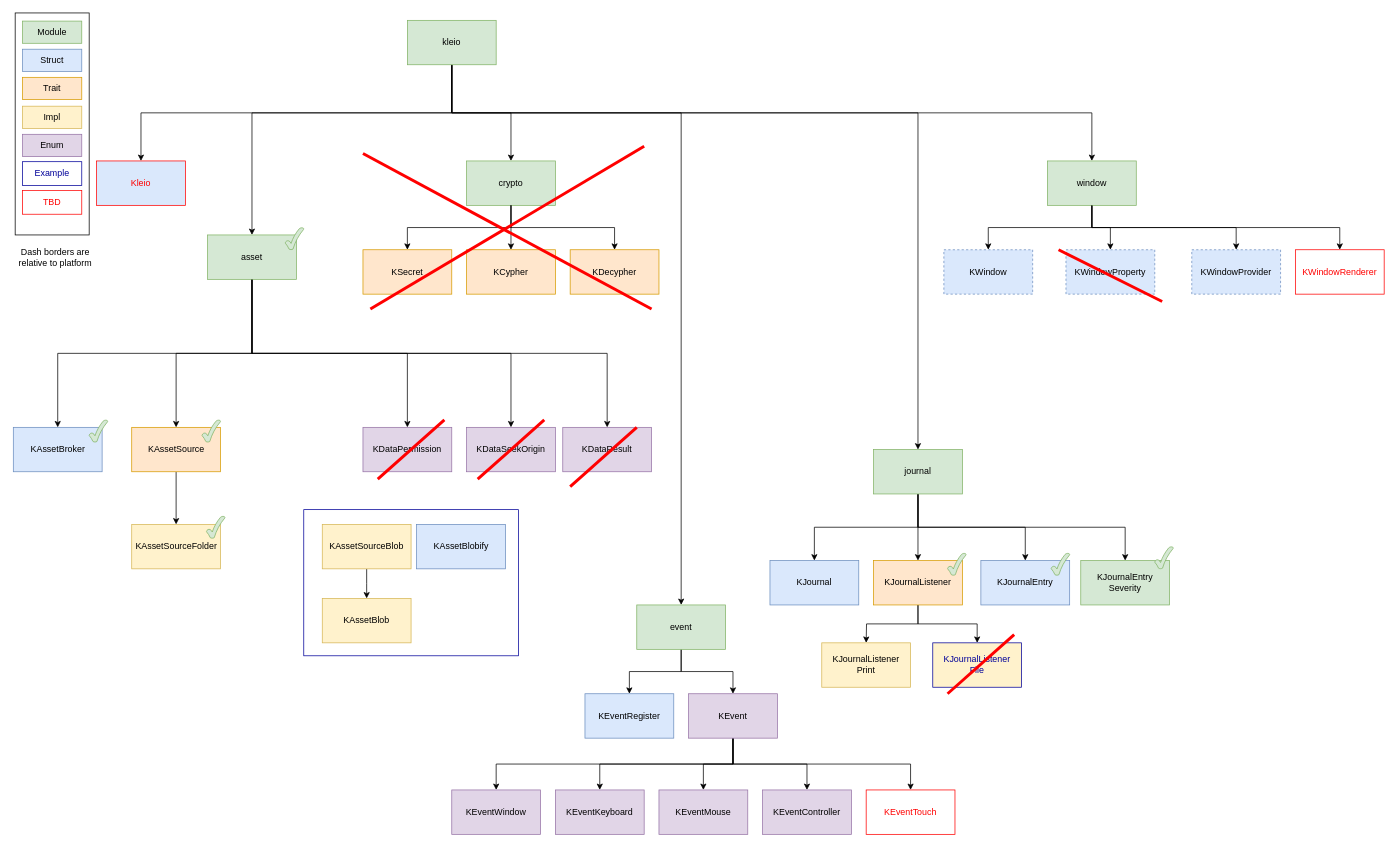
NickelAngeStudio/kleio keeps this draw.io diagram as diagram/kleio.drawio. Above is the earlier version. Source tidied: cells renumbered, new cells numbered last; positions are measured from the earlier drawing's top-left corner, leaving out a move shared by most shapes. Both pictures are drawn from the tidied source at 74%, with x=0, y=0 at pixel (13, 13).
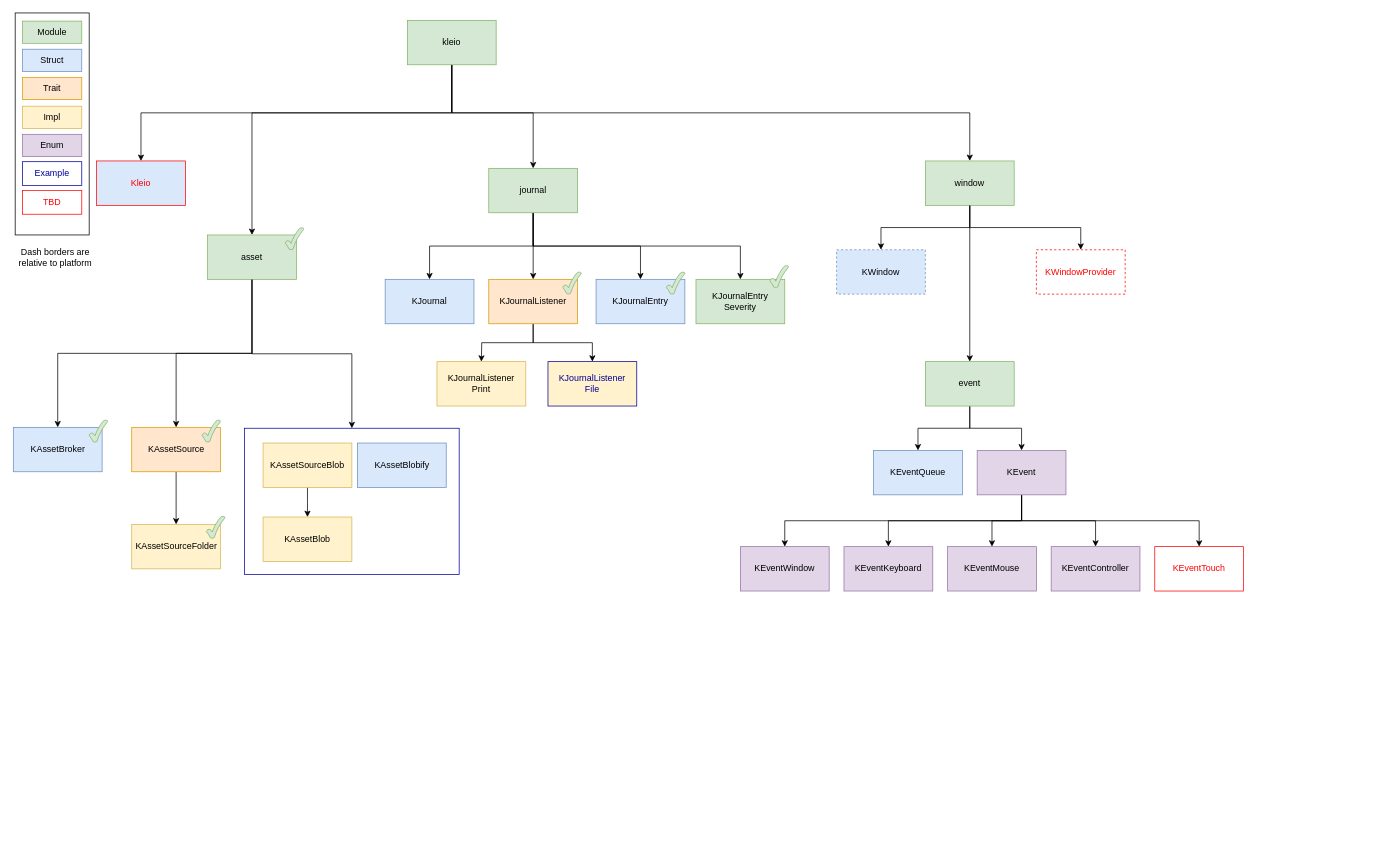
The same page after the edit.

The change refers to these unchanged cells:
```xml
<mxCell id="16" value="kleio" style="rounded=0;whiteSpace=wrap;html=1;fillColor=#d5e8d4;strokeColor=#82b366;" parent="1" vertex="1">
  <mxGeometry x="532" y="10" width="120" height="60" as="geometry" />
</mxCell>
<mxCell id="41" value="asset" style="rounded=0;whiteSpace=wrap;html=1;fillColor=#d5e8d4;strokeColor=#82b366;" parent="1" vertex="1">
  <mxGeometry x="262" y="300" width="120" height="60" as="geometry" />
</mxCell>
```

The edit, as a diff of the source:
```diff
@@
     <mxCell id="2" style="rounded=0;whiteSpace=wrap;html=1;strokeColor=#000099;" parent="1" vertex="1">
-      <mxGeometry x="392" y="671.2" width="290" height="197.5" as="geometry" />
+      <mxGeometry x="312" y="561.2" width="290" height="197.5" as="geometry" />
     </mxCell>
@@
     <mxCell id="8" value="KEvent" style="rounded=0;whiteSpace=wrap;html=1;fillColor=#e1d5e7;strokeColor=#9673a6;" parent="1" vertex="1">
-      <mxGeometry x="912" y="920" width="120" height="60" as="geometry" />
+      <mxGeometry x="1302" y="591.2" width="120" height="60" as="geometry" />
     </mxCell>
@@
-    <mxCell id="12" style="edgeStyle=orthogonalEdgeStyle;rounded=0;jettySize=auto;html=1;exitX=0.5;exitY=1;exitDx=0;exitDy=0;entryX=0.5;entryY=0;entryDx=0;entryDy=0;" parent="1" edge="1" source="16" target="21">
-      <mxGeometry relative="1" as="geometry">
-        <Array as="points">
-          <mxPoint x="592" y="135" />
-          <mxPoint x="672" y="135" />
-        </Array>
-      </mxGeometry>
-    </mxCell>
-    <mxCell id="13" style="edgeStyle=orthogonalEdgeStyle;rounded=0;jettySize=auto;html=1;exitX=0.5;exitY=1;exitDx=0;exitDy=0;" parent="1" edge="1" source="16" target="19">
-      <mxGeometry relative="1" as="geometry">
-        <Array as="points">
-          <mxPoint x="592" y="135" />
-          <mxPoint x="902" y="135" />
-        </Array>
-      </mxGeometry>
-    </mxCell>
     <mxCell id="14" style="edgeStyle=orthogonalEdgeStyle;rounded=0;jettySize=auto;html=1;exitX=0.5;exitY=1;exitDx=0;exitDy=0;entryX=0.5;entryY=0;entryDx=0;entryDy=0;" parent="1" edge="1" source="16" target="57">
       <mxGeometry relative="1" as="geometry">
         <Array as="points">
           <mxPoint x="592" y="135" />
-          <mxPoint x="1222" y="135" />
-          <mxPoint x="1222" y="590" />
+          <mxPoint x="702" y="135" />
         </Array>
       </mxGeometry>
     </mxCell>
@@
     <mxCell id="19" value="event" style="rounded=0;whiteSpace=wrap;html=1;fillColor=#d5e8d4;strokeColor=#82b366;" parent="1" vertex="1">
-      <mxGeometry x="842" y="800" width="120" height="60" as="geometry" />
+      <mxGeometry x="1232" y="471.2" width="120" height="60" as="geometry" />
     </mxCell>
-    <mxCell id="20" style="group;" parent="1" vertex="1">
-      <mxGeometry x="472" y="200" width="400" height="180" as="geometry" />
-    </mxCell>
-    <mxCell id="21" value="crypto" style="rounded=0;whiteSpace=wrap;html=1;fillColor=#d5e8d4;strokeColor=#82b366;" parent="20" vertex="1">
-      <mxGeometry x="140" width="120" height="60" as="geometry" />
-    </mxCell>
-    <mxCell id="22" value="KSecret" style="rounded=0;whiteSpace=wrap;html=1;fillColor=#ffe6cc;strokeColor=#d79b00;" parent="20" vertex="1">
-      <mxGeometry y="120" width="120" height="60" as="geometry" />
-    </mxCell>
-    <mxCell id="23" style="edgeStyle=orthogonalEdgeStyle;rounded=0;jettySize=auto;html=1;exitX=0.5;exitY=1;exitDx=0;exitDy=0;entryX=0.5;entryY=0;entryDx=0;entryDy=0;" parent="20" edge="1" source="21" target="22">
-      <mxGeometry relative="1" as="geometry" />
-    </mxCell>
-    <mxCell id="24" value="KCypher" style="rounded=0;whiteSpace=wrap;html=1;fillColor=#ffe6cc;strokeColor=#d79b00;" parent="20" vertex="1">
-      <mxGeometry x="140" y="120" width="120" height="60" as="geometry" />
-    </mxCell>
-    <mxCell id="25" style="edgeStyle=orthogonalEdgeStyle;rounded=0;jettySize=auto;html=1;exitX=0.5;exitY=1;exitDx=0;exitDy=0;entryX=0.5;entryY=0;entryDx=0;entryDy=0;" parent="20" edge="1" source="21" target="24">
-      <mxGeometry relative="1" as="geometry" />
-    </mxCell>
-    <mxCell id="26" value="KDecypher" style="rounded=0;whiteSpace=wrap;html=1;fillColor=#ffe6cc;strokeColor=#d79b00;" parent="20" vertex="1">
-      <mxGeometry x="280" y="120" width="120" height="60" as="geometry" />
-    </mxCell>
-    <mxCell id="27" style="edgeStyle=orthogonalEdgeStyle;rounded=0;jettySize=auto;html=1;exitX=0.5;exitY=1;exitDx=0;exitDy=0;" parent="20" edge="1" source="21" target="26">
-      <mxGeometry relative="1" as="geometry" />
-    </mxCell>
     <mxCell id="28" value="KWindow" style="rounded=0;whiteSpace=wrap;html=1;fillColor=#dae8fc;strokeColor=#6c8ebf;dashed=1;" parent="1" vertex="1">
-      <mxGeometry x="1257" y="320" width="120" height="60" as="geometry" />
+      <mxGeometry x="1112" y="320" width="120" height="60" as="geometry" />
     </mxCell>
     <mxCell id="29" style="edgeStyle=orthogonalEdgeStyle;rounded=0;jettySize=auto;html=1;exitX=0.5;exitY=1;exitDx=0;exitDy=0;entryX=0.5;entryY=0;entryDx=0;entryDy=0;" parent="1" edge="1" source="31" target="28">
-      <mxGeometry x="1275" y="220" as="geometry" />
+      <mxGeometry x="1065" y="220" as="geometry" />
     </mxCell>
-    <mxCell id="30" style="edgeStyle=orthogonalEdgeStyle;rounded=0;jettySize=auto;html=1;exitX=0.5;exitY=1;exitDx=0;exitDy=0;" parent="1" edge="1" source="31" target="36">
-      <mxGeometry relative="1" as="geometry" />
-    </mxCell>
+    <mxCell id="97" style="edgeStyle=orthogonalEdgeStyle;rounded=0;jettySize=auto;html=1;exitX=0.5;exitY=1;exitDx=0;exitDy=0;entryX=0.5;entryY=0;entryDx=0;entryDy=0;fontColor=#FF0000;" parent="1" edge="1" source="31" target="19">
+      <mxGeometry relative="1" as="geometry" />
+    </mxCell>
     <mxCell id="31" value="window" style="rounded=0;whiteSpace=wrap;html=1;fillColor=#d5e8d4;strokeColor=#82b366;" parent="1" vertex="1">
-      <mxGeometry x="1397" y="200" width="120" height="60" as="geometry" />
+      <mxGeometry x="1232" y="200" width="120" height="60" as="geometry" />
     </mxCell>
-    <mxCell id="32" value="KWindowProvider" style="rounded=0;whiteSpace=wrap;html=1;fillColor=#dae8fc;strokeColor=#6c8ebf;dashed=1;" parent="1" vertex="1">
-      <mxGeometry x="1592" y="320" width="120" height="60" as="geometry" />
+    <mxCell id="32" value="KWindowProvider" style="rounded=0;whiteSpace=wrap;html=1;dashed=1;strokeColor=#FF0000;fontColor=#FF0000;fillColor=#FFFFFF;" parent="1" vertex="1">
+      <mxGeometry x="1382" y="320" width="120" height="60" as="geometry" />
     </mxCell>
-    <mxCell id="33" value="KWindowRenderer" style="rounded=0;whiteSpace=wrap;html=1;fontColor=#FF0000;labelBorderColor=none;strokeColor=#FF0000;" parent="1" vertex="1">
-      <mxGeometry x="1732" y="320" width="120" height="60" as="geometry" />
-    </mxCell>
     <mxCell id="34" style="edgeStyle=orthogonalEdgeStyle;rounded=0;jettySize=auto;html=1;exitX=0.5;exitY=1;exitDx=0;exitDy=0;entryX=0.5;entryY=0;entryDx=0;entryDy=0;" parent="1" edge="1" source="31" target="32">
-      <mxGeometry x="1275" y="220" as="geometry" />
+      <mxGeometry x="1065" y="220" as="geometry" />
     </mxCell>
-    <mxCell id="35" style="edgeStyle=orthogonalEdgeStyle;rounded=0;jettySize=auto;html=1;exitX=0.5;exitY=1;exitDx=0;exitDy=0;entryX=0.5;entryY=0;entryDx=0;entryDy=0;" parent="1" edge="1" source="31" target="33">
-      <mxGeometry x="1275" y="220" as="geometry" />
-    </mxCell>
-    <mxCell id="36" value="KWindowProperty" style="rounded=0;whiteSpace=wrap;html=1;fillColor=#dae8fc;strokeColor=#6c8ebf;dashed=1;" parent="1" vertex="1">
-      <mxGeometry x="1422" y="320" width="120" height="60" as="geometry" />
-    </mxCell>
-    <mxCell id="37" style="edgeStyle=orthogonalEdgeStyle;rounded=0;jettySize=auto;html=1;exitX=0.5;exitY=1;exitDx=0;exitDy=0;" parent="1" edge="1" source="41" target="45">
-      <mxGeometry relative="1" as="geometry" />
-    </mxCell>
-    <mxCell id="38" style="edgeStyle=orthogonalEdgeStyle;rounded=0;jettySize=auto;html=1;exitX=0.5;exitY=1;exitDx=0;exitDy=0;entryX=0.5;entryY=0;entryDx=0;entryDy=0;" parent="1" edge="1" source="41" target="46">
-      <mxGeometry relative="1" as="geometry" />
-    </mxCell>
@@
-    <mxCell id="40" style="edgeStyle=orthogonalEdgeStyle;rounded=0;jettySize=auto;html=1;exitX=0.5;exitY=1;exitDx=0;exitDy=0;" parent="1" edge="1" source="41" target="73">
-      <mxGeometry relative="1" as="geometry" />
-    </mxCell>
+    <mxCell id="98" style="edgeStyle=orthogonalEdgeStyle;rounded=0;jettySize=auto;html=1;exitX=0.5;exitY=1;exitDx=0;exitDy=0;entryX=0.5;entryY=0;entryDx=0;entryDy=0;fontColor=#FF0000;" parent="1" edge="1" source="41" target="2">
+      <mxGeometry relative="1" as="geometry" />
+    </mxCell>
@@
-    <mxCell id="45" value="KDataPermission" style="rounded=0;whiteSpace=wrap;html=1;fillColor=#e1d5e7;strokeColor=#9673a6;sketch=0;shadow=0;glass=0;" parent="1" vertex="1">
-      <mxGeometry x="472" y="560" width="120" height="60" as="geometry" />
-    </mxCell>
-    <mxCell id="46" value="KDataSeekOrigin" style="rounded=0;whiteSpace=wrap;html=1;fillColor=#e1d5e7;strokeColor=#9673a6;" parent="1" vertex="1">
-      <mxGeometry x="612" y="560" width="120" height="60" as="geometry" />
-    </mxCell>
-    <mxCell id="47" value="KEventRegister" style="rounded=0;whiteSpace=wrap;html=1;fillColor=#dae8fc;strokeColor=#6c8ebf;" parent="1" vertex="1">
-      <mxGeometry x="772" y="920" width="120" height="60" as="geometry" />
+    <mxCell id="47" value="KEventQueue" style="rounded=0;whiteSpace=wrap;html=1;fillColor=#dae8fc;strokeColor=#6c8ebf;" parent="1" vertex="1">
+      <mxGeometry x="1162" y="591.2" width="120" height="60" as="geometry" />
     </mxCell>
     <mxCell id="48" value="KJournal" style="rounded=0;whiteSpace=wrap;html=1;fillColor=#dae8fc;strokeColor=#6c8ebf;" parent="1" vertex="1">
-      <mxGeometry x="1022" y="740" width="120" height="60" as="geometry" />
+      <mxGeometry x="502" y="360" width="120" height="60" as="geometry" />
     </mxCell>
     <mxCell id="49" style="edgeStyle=orthogonalEdgeStyle;rounded=0;jettySize=auto;html=1;exitX=0.5;exitY=1;exitDx=0;exitDy=0;entryX=0.5;entryY=0;entryDx=0;entryDy=0;" parent="1" edge="1" source="51">
       <mxGeometry relative="1" as="geometry">
-        <mxPoint x="1152" y="851.2" as="targetPoint" />
+        <mxPoint x="632" y="471.2" as="targetPoint" />
       </mxGeometry>
     </mxCell>
@@
     <mxCell id="51" value="KJournalListener" style="rounded=0;whiteSpace=wrap;html=1;fillColor=#ffe6cc;strokeColor=#d79b00;" parent="1" vertex="1">
-      <mxGeometry x="1162" y="740" width="120" height="60" as="geometry" />
+      <mxGeometry x="642" y="360" width="120" height="60" as="geometry" />
     </mxCell>
     <mxCell id="52" value="KJournalEntry" style="rounded=0;whiteSpace=wrap;html=1;fillColor=#dae8fc;strokeColor=#6c8ebf;" parent="1" vertex="1">
-      <mxGeometry x="1307" y="740" width="120" height="60" as="geometry" />
+      <mxGeometry x="787" y="360" width="120" height="60" as="geometry" />
     </mxCell>
     <mxCell id="53" style="edgeStyle=orthogonalEdgeStyle;rounded=0;jettySize=auto;html=1;exitX=0.5;exitY=1;exitDx=0;exitDy=0;" parent="1" edge="1" source="57" target="48">
-      <mxGeometry x="970" y="610" as="geometry" />
+      <mxGeometry x="450" y="230" as="geometry" />
     </mxCell>
     <mxCell id="54" style="edgeStyle=orthogonalEdgeStyle;rounded=0;jettySize=auto;html=1;exitX=0.5;exitY=1;exitDx=0;exitDy=0;entryX=0.5;entryY=0;entryDx=0;entryDy=0;" parent="1" edge="1" source="57" target="51">
-      <mxGeometry x="970" y="610" as="geometry" />
+      <mxGeometry x="450" y="230" as="geometry" />
     </mxCell>
     <mxCell id="55" style="edgeStyle=orthogonalEdgeStyle;rounded=0;jettySize=auto;html=1;exitX=0.5;exitY=1;exitDx=0;exitDy=0;entryX=0.5;entryY=0;entryDx=0;entryDy=0;" parent="1" edge="1" source="57" target="52">
-      <mxGeometry x="970" y="610" as="geometry" />
+      <mxGeometry x="450" y="230" as="geometry" />
     </mxCell>
@@
     <mxCell id="57" value="journal" style="rounded=0;whiteSpace=wrap;html=1;fillColor=#d5e8d4;strokeColor=#82b366;" parent="1" vertex="1">
-      <mxGeometry x="1162" y="590" width="120" height="60" as="geometry" />
+      <mxGeometry x="642" y="210" width="120" height="60" as="geometry" />
     </mxCell>
@@
     <mxCell id="60" value="KJournalListener&lt;br&gt;Print" style="rounded=0;whiteSpace=wrap;html=1;fillColor=#fff2cc;strokeColor=#d6b656;" parent="1" vertex="1">
-      <mxGeometry x="1092" y="851.2" width="120" height="60" as="geometry" />
+      <mxGeometry x="572" y="471.2" width="120" height="60" as="geometry" />
     </mxCell>
     <mxCell id="61" value="KJournalListener&lt;br&gt;File" style="rounded=0;whiteSpace=wrap;html=1;fillColor=#fff2cc;strokeColor=#000099;fontColor=#000099;" parent="1" vertex="1">
-      <mxGeometry x="1242" y="851.2" width="120" height="60" as="geometry" />
+      <mxGeometry x="722" y="471.2" width="120" height="60" as="geometry" />
     </mxCell>
     <mxCell id="62" value="KEventKeyboard" style="rounded=0;whiteSpace=wrap;html=1;fillColor=#e1d5e7;strokeColor=#9673a6;" parent="1" vertex="1">
-      <mxGeometry x="732" y="1050" width="120" height="60" as="geometry" />
+      <mxGeometry x="1122" y="721.2" width="120" height="60" as="geometry" />
     </mxCell>
     <mxCell id="63" value="KEventWindow" style="rounded=0;whiteSpace=wrap;html=1;fillColor=#e1d5e7;strokeColor=#9673a6;" parent="1" vertex="1">
-      <mxGeometry x="592" y="1050" width="120" height="60" as="geometry" />
+      <mxGeometry x="982" y="721.2" width="120" height="60" as="geometry" />
     </mxCell>
     <mxCell id="64" value="KEventMouse" style="rounded=0;whiteSpace=wrap;html=1;fillColor=#e1d5e7;strokeColor=#9673a6;" parent="1" vertex="1">
-      <mxGeometry x="872" y="1050" width="120" height="60" as="geometry" />
+      <mxGeometry x="1262" y="721.2" width="120" height="60" as="geometry" />
     </mxCell>
     <mxCell id="65" value="KEventController" style="rounded=0;whiteSpace=wrap;html=1;fillColor=#e1d5e7;strokeColor=#9673a6;" parent="1" vertex="1">
-      <mxGeometry x="1012" y="1050" width="120" height="60" as="geometry" />
+      <mxGeometry x="1402" y="721.2" width="120" height="60" as="geometry" />
     </mxCell>
     <mxCell id="66" value="KEventTouch" style="rounded=0;whiteSpace=wrap;html=1;fontColor=#FF0000;labelBorderColor=none;strokeColor=#FF0000;" parent="1" vertex="1">
-      <mxGeometry x="1152" y="1050" width="120" height="60" as="geometry" />
+      <mxGeometry x="1542" y="721.2" width="120" height="60" as="geometry" />
     </mxCell>
-    <mxCell id="67" style="endArrow=none;html=1;fontColor=#FF0000;strokeWidth=4;strokeColor=#FF0000;" parent="1" edge="1">
-      <mxGeometry relative="1" as="geometry">
-        <mxPoint x="492" y="630" as="sourcePoint" />
-        <mxPoint x="582" y="550" as="targetPoint" />
-      </mxGeometry>
-    </mxCell>
     <mxCell id="68" style="edgeStyle=orthogonalEdgeStyle;rounded=0;jettySize=auto;html=1;exitX=0.5;exitY=1;exitDx=0;exitDy=0;entryX=0.5;entryY=0;entryDx=0;entryDy=0;" parent="1" edge="1" source="69">
       <mxGeometry relative="1" as="geometry">
-        <mxPoint x="477" y="791.2" as="targetPoint" />
+        <mxPoint x="397" y="681.2" as="targetPoint" />
       </mxGeometry>
     </mxCell>
     <mxCell id="69" value="KAssetSourceBlob" style="rounded=0;whiteSpace=wrap;html=1;fillColor=#fff2cc;strokeColor=#d6b656;" parent="1" vertex="1">
-      <mxGeometry x="417" y="691.2" width="120" height="60" as="geometry" />
+      <mxGeometry x="337" y="581.2" width="120" height="60" as="geometry" />
     </mxCell>
     <mxCell id="70" value="KAssetBlob" style="rounded=0;whiteSpace=wrap;html=1;fillColor=#fff2cc;strokeColor=#d6b656;" parent="1" vertex="1">
-      <mxGeometry x="417" y="791.2" width="120" height="60" as="geometry" />
+      <mxGeometry x="337" y="681.2" width="120" height="60" as="geometry" />
     </mxCell>
-    <mxCell id="71" style="endArrow=none;html=1;fontColor=#FF0000;strokeWidth=4;strokeColor=#FF0000;" parent="1" edge="1">
-      <mxGeometry relative="1" as="geometry">
-        <mxPoint x="482" y="400" as="sourcePoint" />
-        <mxPoint x="852" y="180" as="targetPoint" />
-      </mxGeometry>
-    </mxCell>
-    <mxCell id="72" style="endArrow=none;html=1;fontColor=#FF0000;strokeWidth=4;strokeColor=#FF0000;" parent="1" edge="1">
-      <mxGeometry relative="1" as="geometry">
-        <mxPoint x="472" y="190" as="sourcePoint" />
-        <mxPoint x="862" y="400" as="targetPoint" />
-      </mxGeometry>
-    </mxCell>
-    <mxCell id="73" value="KDataResult" style="rounded=0;whiteSpace=wrap;html=1;fillColor=#e1d5e7;strokeColor=#9673a6;" parent="1" vertex="1">
-      <mxGeometry x="742" y="560" width="120" height="60" as="geometry" />
-    </mxCell>
-    <mxCell id="74" style="endArrow=none;html=1;fontColor=#FF0000;strokeWidth=4;strokeColor=#FF0000;" parent="1" edge="1">
-      <mxGeometry relative="1" as="geometry">
-        <mxPoint x="752" y="640" as="sourcePoint" />
-        <mxPoint x="842" y="560" as="targetPoint" />
-      </mxGeometry>
-    </mxCell>
-    <mxCell id="75" style="endArrow=none;html=1;fontColor=#FF0000;strokeWidth=4;strokeColor=#FF0000;" parent="1" edge="1">
-      <mxGeometry relative="1" as="geometry">
-        <mxPoint x="627" y="630" as="sourcePoint" />
-        <mxPoint x="717" y="550" as="targetPoint" />
-      </mxGeometry>
-    </mxCell>
     <mxCell id="76" value="KAssetBlobify" style="rounded=0;whiteSpace=wrap;html=1;fillColor=#dae8fc;strokeColor=#6c8ebf;" parent="1" vertex="1">
-      <mxGeometry x="544.5" y="691.2" width="120" height="60" as="geometry" />
+      <mxGeometry x="464.5" y="581.2" width="120" height="60" as="geometry" />
     </mxCell>
@@
     <mxCell id="90" value="KJournalEntry&lt;br&gt;Severity" style="rounded=0;whiteSpace=wrap;html=1;fillColor=#d5e8d4;strokeColor=#82b366;" parent="1" vertex="1">
-      <mxGeometry x="1442" y="740" width="120" height="60" as="geometry" />
+      <mxGeometry x="922" y="360" width="120" height="60" as="geometry" />
     </mxCell>
     <mxCell id="91" style="verticalLabelPosition=bottom;verticalAlign=top;html=1;shape=mxgraph.basic.tick;fillColor=#d5e8d4;strokeColor=#82b366;" parent="1" vertex="1">
-      <mxGeometry x="1542" y="721.2" width="25" height="30" as="geometry" />
+      <mxGeometry x="1022" y="341.2" width="25" height="30" as="geometry" />
     </mxCell>
     <mxCell id="92" style="verticalLabelPosition=bottom;verticalAlign=top;html=1;shape=mxgraph.basic.tick;fillColor=#d5e8d4;strokeColor=#82b366;" parent="1" vertex="1">
-      <mxGeometry x="1402" y="730" width="25" height="30" as="geometry" />
+      <mxGeometry x="882" y="350" width="25" height="30" as="geometry" />
     </mxCell>
@@
-    <mxCell id="94" style="endArrow=none;html=1;fontColor=#FF0000;strokeWidth=4;strokeColor=#FF0000;" parent="1" edge="1">
-      <mxGeometry relative="1" as="geometry">
-        <mxPoint x="1412" y="320" as="sourcePoint" />
-        <mxPoint x="1552" y="390" as="targetPoint" />
-      </mxGeometry>
-    </mxCell>
     <mxCell id="95" style="verticalLabelPosition=bottom;verticalAlign=top;html=1;shape=mxgraph.basic.tick;fillColor=#d5e8d4;strokeColor=#82b366;" parent="1" vertex="1">
-      <mxGeometry x="1262" y="730" width="25" height="30" as="geometry" />
+      <mxGeometry x="742" y="350" width="25" height="30" as="geometry" />
     </mxCell>
-    <mxCell id="96" style="endArrow=none;html=1;fontColor=#FF0000;strokeWidth=4;strokeColor=#FF0000;" parent="1" edge="1">
-      <mxGeometry relative="1" as="geometry">
-        <mxPoint x="1262" y="920" as="sourcePoint" />
-        <mxPoint x="1352" y="840" as="targetPoint" />
-      </mxGeometry>
-    </mxCell>
```
